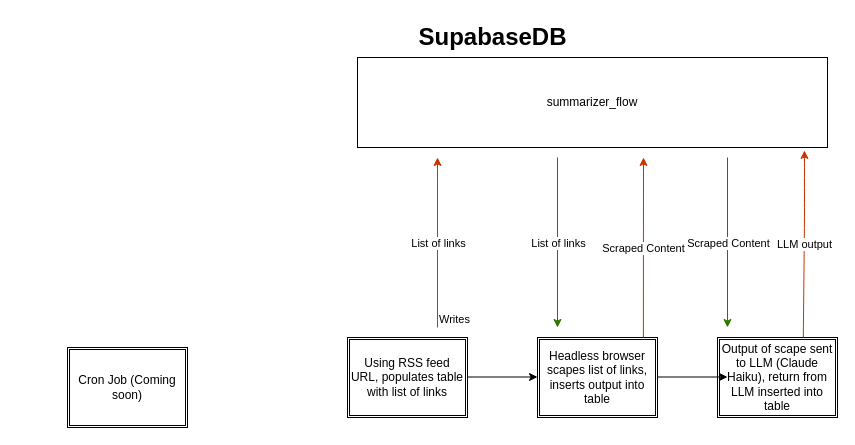
Before: Flow.drawio in jfcostello/article-summarizer, a draw.io diagram. Source tidied: cells renumbered, new cells numbered last; positions are measured from the earlier drawing's top-left corner, leaving out a move shared by most shapes. Both pictures are drawn from the tidied source at 100%, with x=0, y=0 at pixel (67, 17).
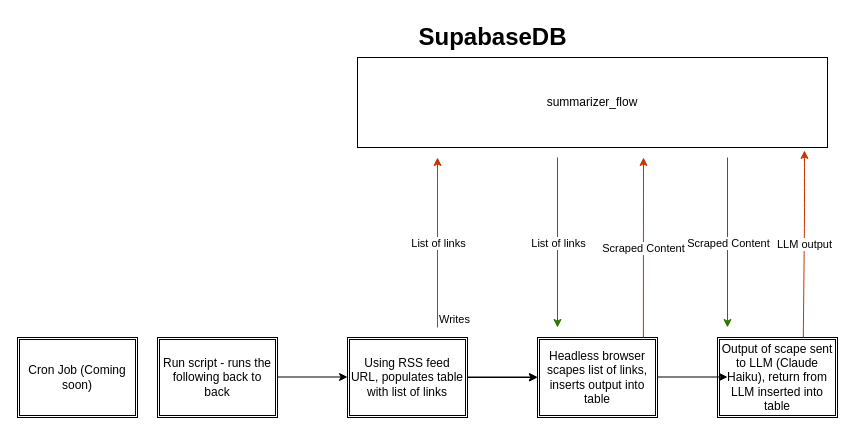
The same diagram, later.

Unchanged cells that the change refers to:
```xml
<mxCell id="5" value="Using RSS feed URL, populates table with list of links" style="shape=ext;double=1;rounded=0;whiteSpace=wrap;html=1;" parent="1" vertex="1">
  <mxGeometry x="280" y="320" width="120" height="80" as="geometry" />
</mxCell>
<mxCell id="6" value="Headless browser scapes list of links, inserts output into table" style="shape=ext;double=1;rounded=0;whiteSpace=wrap;html=1;" parent="1" vertex="1">
  <mxGeometry x="470" y="320" width="120" height="80" as="geometry" />
</mxCell>
```

What changed in the source:
```diff
@@
     <mxCell id="4" value="Cron Job (Coming soon)" style="shape=ext;double=1;rounded=0;whiteSpace=wrap;html=1;" parent="1" vertex="1">
-      <mxGeometry y="330" width="120" height="80" as="geometry" />
+      <mxGeometry x="-50" y="320" width="120" height="80" as="geometry" />
     </mxCell>
+    <mxCell id="21" style="edgeStyle=none;html=1;labelBackgroundColor=#66B2FF;labelBorderColor=#33FFFF;" parent="1" edge="1" source="5" target="6">
+      <mxGeometry relative="1" as="geometry" />
+    </mxCell>
@@
+    <mxCell id="22" value="Run script - runs the following back to back" style="shape=ext;double=1;rounded=0;whiteSpace=wrap;html=1;" parent="1" vertex="1">
+      <mxGeometry x="90" y="320" width="120" height="80" as="geometry" />
+    </mxCell>
+    <mxCell id="23" style="endArrow=classic;html=1;" parent="1" edge="1">
+      <mxGeometry relative="1" as="geometry">
+        <mxPoint x="210" y="359.5" as="sourcePoint" />
+        <mxPoint x="280" y="359.5" as="targetPoint" />
+      </mxGeometry>
+    </mxCell>
```
